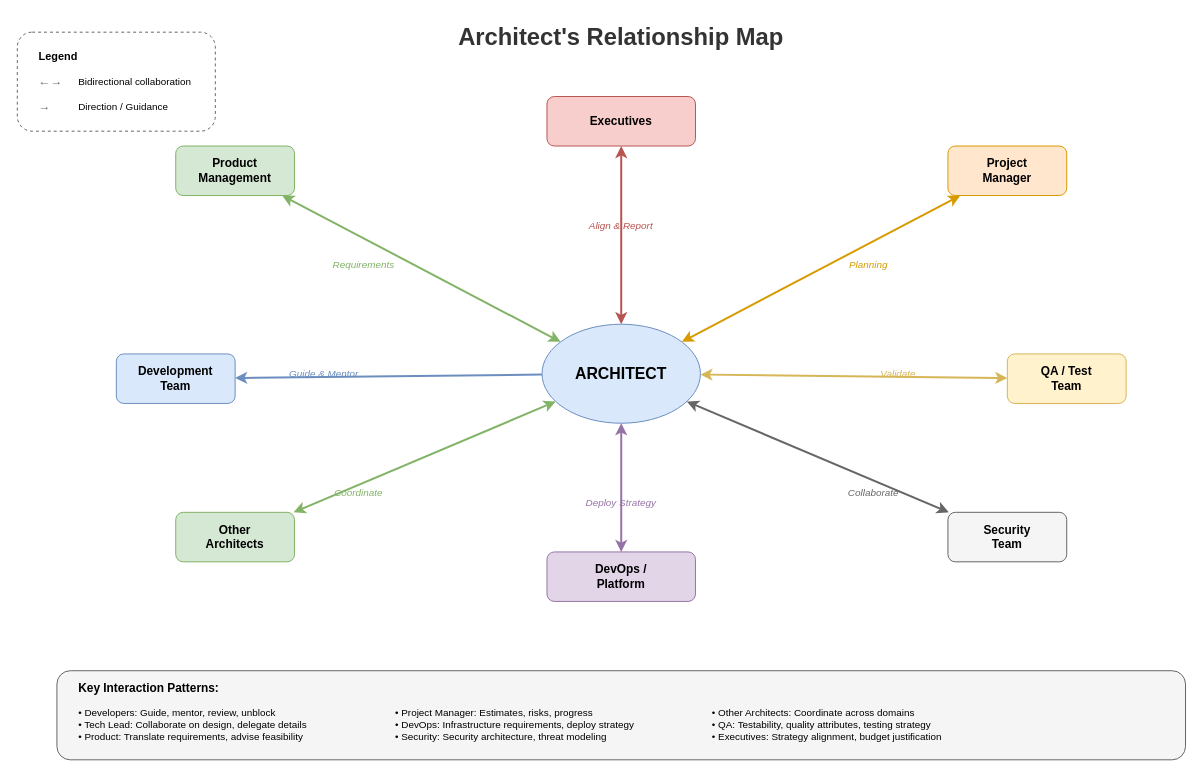
Before: lesson-00-software-architect-overview/diagrams/2.5-relationship-map.drawio in MrParkerZ7/document-lesson-software-architect-x-claude, a draw.io diagram. Source tidied: cells renumbered, new cells numbered last; positions are measured from the earlier drawing's top-left corner, leaving out a move shared by most shapes. Both pictures are drawn from the tidied source at 99%, with x=0, y=0 at pixel (17, 17).
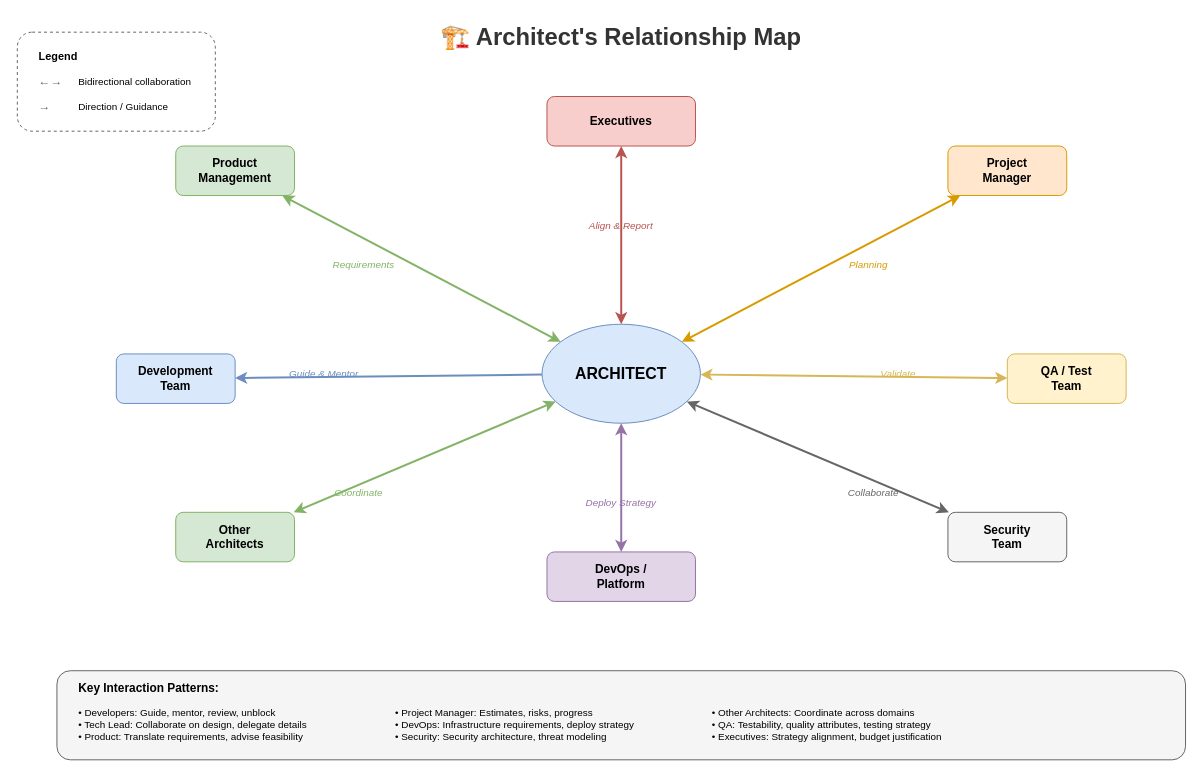
After the change.

What changed in the source:
```diff
@@
-    <mxCell id="2" value="Architect's Relationship Map" style="text;html=1;strokeColor=none;fillColor=none;align=center;verticalAlign=middle;whiteSpace=wrap;rounded=0;fontSize=24;fontStyle=1;fontColor=#333333;" parent="1" vertex="1">
+    <mxCell id="2" value="🏗️ Architect's Relationship Map" style="text;html=1;strokeColor=none;fillColor=none;align=center;verticalAlign=middle;whiteSpace=wrap;rounded=0;fontSize=24;fontStyle=1;fontColor=#333333;" parent="1" vertex="1">
       <mxGeometry x="410" width="400" height="40" as="geometry" />
     </mxCell>
```
